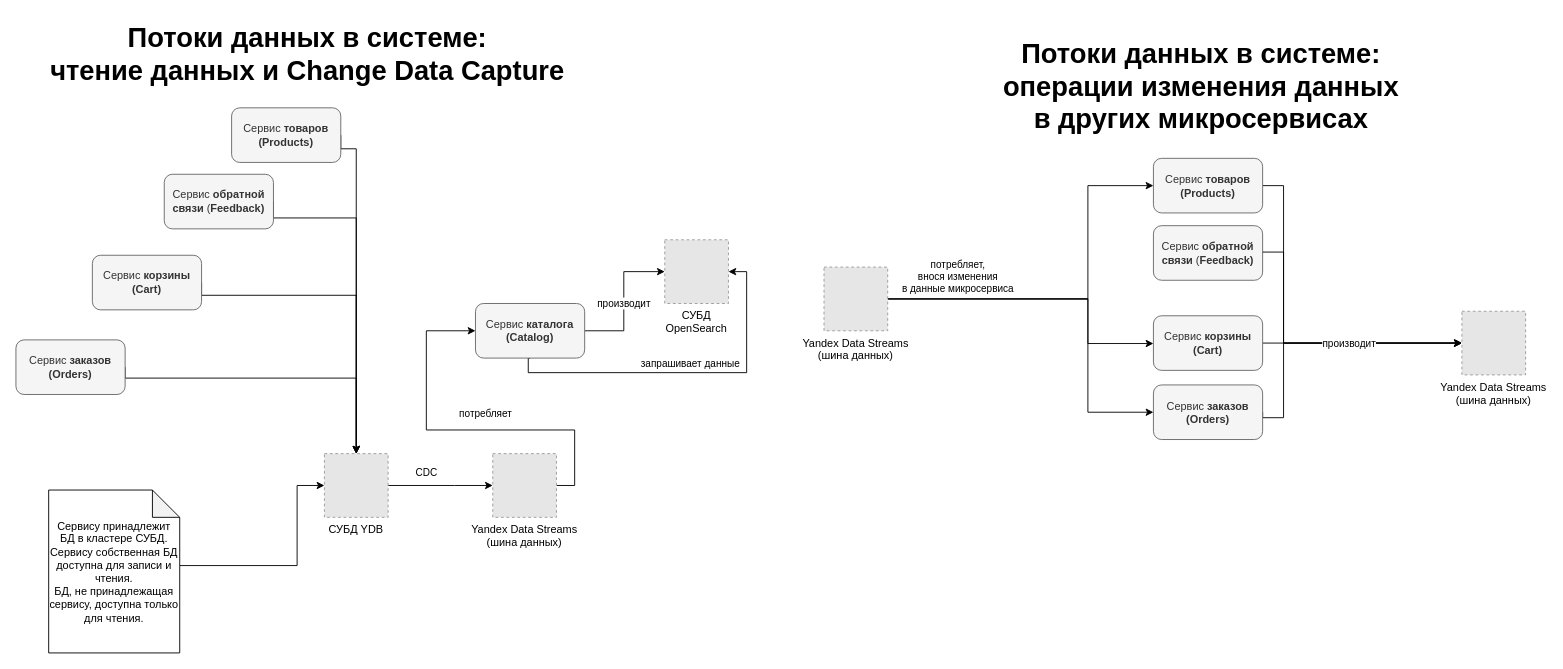
The draw.io diagram app/docs/architecture/duplicating-data-between-services/duplicating-data-between-services.drawio in bratushkadan/diploma, before the edit. Source tidied: cells renumbered, new cells numbered last; positions are measured from the earlier drawing's top-left corner, leaving out a move shared by most shapes. Both pictures are drawn from the tidied source at 91%, with x=0, y=0 at pixel (15, 15). Pictures stored in the file or linked from it are replaced by grey dashed boxes.
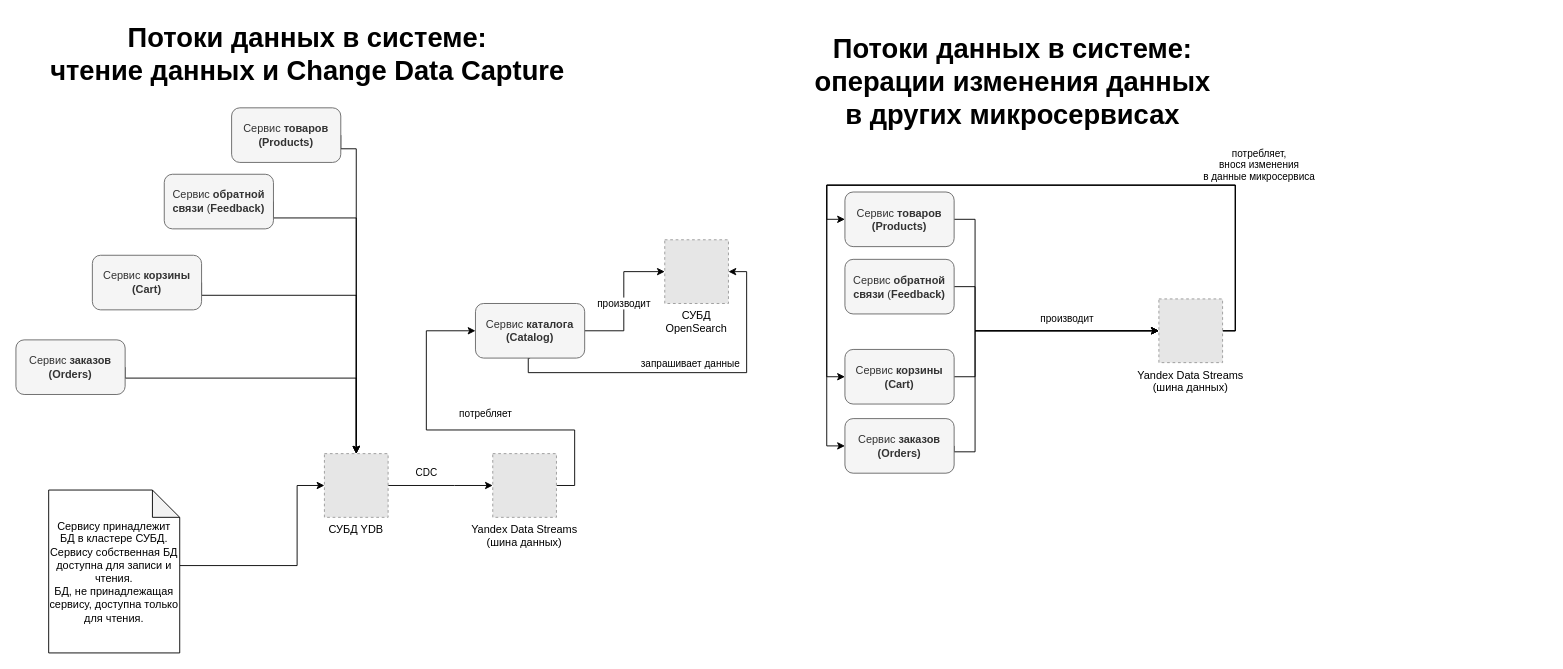
Above is the later version.

Commit message:
docs(arch):update diagram

What changed in the source:
```diff
@@
     <mxCell id="25" style="edgeStyle=orthogonalEdgeStyle;rounded=0;jettySize=auto;html=1;exitX=1;exitY=0.5;exitDx=0;exitDy=0;entryX=0;entryY=0.5;entryDx=0;entryDy=0;" parent="1" edge="1" source="26" target="34">
       <mxGeometry relative="1" as="geometry">
         <Array as="points">
-          <mxPoint x="1393" y="441.5" />
-          <mxPoint x="1393" y="359.5" />
+          <mxPoint x="1031" y="479" />
+          <mxPoint x="1054" y="479" />
+          <mxPoint x="1054" y="346" />
+          <mxPoint x="1248" y="346" />
         </Array>
       </mxGeometry>
     </mxCell>
     <mxCell id="26" value="Сервис &lt;b&gt;заказов (Orders)&lt;/b&gt;" style="rounded=1;whiteSpace=wrap;html=1;fillColor=#f5f5f5;fontColor=#333333;strokeColor=#666666;" parent="1" vertex="1">
-      <mxGeometry x="1250" y="405.5" width="120" height="60" as="geometry" />
+      <mxGeometry x="911" y="442.5" width="120" height="60" as="geometry" />
     </mxCell>
     <mxCell id="27" style="edgeStyle=orthogonalEdgeStyle;rounded=0;jettySize=auto;html=1;exitX=1;exitY=0.5;exitDx=0;exitDy=0;" parent="1" edge="1" source="28" target="34">
-      <mxGeometry relative="1" as="geometry" />
+      <mxGeometry relative="1" as="geometry">
+        <Array as="points">
+          <mxPoint x="1054" y="397" />
+          <mxPoint x="1054" y="346" />
+        </Array>
+      </mxGeometry>
     </mxCell>
     <mxCell id="28" value="Сервис &lt;b&gt;корзины (Cart)&lt;/b&gt;" style="rounded=1;whiteSpace=wrap;html=1;fillColor=#f5f5f5;fontColor=#333333;strokeColor=#666666;" parent="1" vertex="1">
-      <mxGeometry x="1250" y="329.5" width="120" height="60" as="geometry" />
+      <mxGeometry x="911" y="366.5" width="120" height="60" as="geometry" />
     </mxCell>
     <mxCell id="29" style="edgeStyle=orthogonalEdgeStyle;rounded=0;jettySize=auto;html=1;exitX=1;exitY=0.5;exitDx=0;exitDy=0;entryX=0;entryY=0.5;entryDx=0;entryDy=0;" parent="1" edge="1" source="30" target="34">
       <mxGeometry relative="1" as="geometry">
         <Array as="points">
-          <mxPoint x="1393" y="259.5" />
-          <mxPoint x="1393" y="359.5" />
+          <mxPoint x="1054" y="298" />
+          <mxPoint x="1054" y="346" />
+          <mxPoint x="1248" y="346" />
         </Array>
       </mxGeometry>
     </mxCell>
     <mxCell id="30" value="Сервис &lt;b&gt;обратной связи &lt;/b&gt;(&lt;b&gt;Feedback)&lt;/b&gt;" style="rounded=1;whiteSpace=wrap;html=1;fillColor=#f5f5f5;fontColor=#333333;strokeColor=#666666;" parent="1" vertex="1">
-      <mxGeometry x="1250" y="230.5" width="120" height="60" as="geometry" />
+      <mxGeometry x="911" y="267.5" width="120" height="60" as="geometry" />
     </mxCell>
     <mxCell id="31" style="edgeStyle=orthogonalEdgeStyle;rounded=0;jettySize=auto;html=1;exitX=1;exitY=0.5;exitDx=0;exitDy=0;entryX=0;entryY=0.5;entryDx=0;entryDy=0;" parent="1" edge="1" source="33" target="34">
       <mxGeometry relative="1" as="geometry">
         <Array as="points">
-          <mxPoint x="1393" y="186.5" />
-          <mxPoint x="1393" y="359.5" />
+          <mxPoint x="1054" y="224" />
+          <mxPoint x="1054" y="346" />
+          <mxPoint x="1248" y="346" />
         </Array>
       </mxGeometry>
     </mxCell>
     <mxCell id="32" value="производит" style="edgeLabel;html=1;align=center;verticalAlign=middle;" parent="31" vertex="1">
       <mxGeometry x="0.36" y="1" relative="1" as="geometry">
-        <mxPoint y="1" as="offset" />
+        <mxPoint x="10" y="-13" as="offset" />
       </mxGeometry>
     </mxCell>
     <mxCell id="33" value="Сервис &lt;b&gt;товаров (Products)&lt;/b&gt;" style="rounded=1;whiteSpace=wrap;html=1;fillColor=#f5f5f5;fontColor=#333333;strokeColor=#666666;" parent="1" vertex="1">
-      <mxGeometry x="1250" y="156.5" width="120" height="60" as="geometry" />
+      <mxGeometry x="911" y="193.5" width="120" height="60" as="geometry" />
     </mxCell>
+    <mxCell id="41" style="edgeStyle=orthogonalEdgeStyle;rounded=0;jettySize=auto;html=1;exitX=1;exitY=0.5;exitDx=0;exitDy=0;entryX=0;entryY=0.5;entryDx=0;entryDy=0;" parent="1" edge="1" source="34" target="26">
+      <mxGeometry relative="1" as="geometry">
+        <Array as="points">
+          <mxPoint x="1340" y="346" />
+          <mxPoint x="1340" y="186" />
+          <mxPoint x="891" y="186" />
+          <mxPoint x="891" y="473" />
+        </Array>
+      </mxGeometry>
+    </mxCell>
+    <mxCell id="39" value="потребляет,&lt;br&gt;внося изменения&lt;br&gt;в данные микросервиса" style="edgeLabel;html=1;align=center;verticalAlign=middle;" parent="41" vertex="1">
+      <mxGeometry x="-0.11" y="3" relative="1" as="geometry">
+        <mxPoint x="265" y="-26" as="offset" />
+      </mxGeometry>
+    </mxCell>
+    <mxCell id="42" style="edgeStyle=orthogonalEdgeStyle;rounded=0;jettySize=auto;html=1;exitX=1;exitY=0.5;exitDx=0;exitDy=0;entryX=0;entryY=0.5;entryDx=0;entryDy=0;" parent="1" edge="1" source="34" target="28">
+      <mxGeometry relative="1" as="geometry">
+        <Array as="points">
+          <mxPoint x="1340" y="346" />
+          <mxPoint x="1340" y="186" />
+          <mxPoint x="891" y="186" />
+          <mxPoint x="891" y="397" />
+        </Array>
+      </mxGeometry>
+    </mxCell>
+    <mxCell id="43" style="edgeStyle=orthogonalEdgeStyle;rounded=0;jettySize=auto;html=1;exitX=1;exitY=0.5;exitDx=0;exitDy=0;entryX=0;entryY=0.5;entryDx=0;entryDy=0;" parent="1" edge="1" source="34" target="33">
+      <mxGeometry relative="1" as="geometry">
+        <Array as="points">
+          <mxPoint x="1340" y="346" />
+          <mxPoint x="1340" y="186" />
+          <mxPoint x="891" y="186" />
+          <mxPoint x="891" y="224" />
+        </Array>
+      </mxGeometry>
+    </mxCell>
     <mxCell id="34" value="Yandex Data Streams&#10;(шина данных)" style="fillColor=#E6E6E6;strokeColor=#999999;dashed=1;verticalLabelPosition=bottom;labelBackgroundColor=#ffffff;verticalAlign=top;labelPosition=center;align=center;" parent="1" vertex="1">
-      <mxGeometry x="1589" y="324.5" width="70" height="70" as="geometry" />
+      <mxGeometry x="1256" y="311" width="70" height="70" as="geometry" />
     </mxCell>
     <mxCell id="35" value="Потоки данных в системе:&lt;br&gt;операции изменения данных&lt;br&gt;в других микросервисах" style="text;html=1;align=center;verticalAlign=middle;strokeColor=none;fillColor=none;fontSize=30;fontStyle=1;" parent="1" vertex="1">
-      <mxGeometry x="1087" y="17" width="429" height="120" as="geometry" />
+      <mxGeometry x="880" y="12" width="429" height="120" as="geometry" />
     </mxCell>
-    <mxCell id="36" style="edgeStyle=orthogonalEdgeStyle;rounded=0;jettySize=auto;html=1;exitX=1;exitY=0.5;exitDx=0;exitDy=0;entryX=0;entryY=0.5;entryDx=0;entryDy=0;" parent="1" edge="1" source="40" target="33">
-      <mxGeometry relative="1" as="geometry">
-        <Array as="points">
-          <mxPoint x="1178" y="311" />
-          <mxPoint x="1178" y="187" />
-        </Array>
-      </mxGeometry>
-    </mxCell>
-    <mxCell id="37" style="edgeStyle=orthogonalEdgeStyle;rounded=0;jettySize=auto;html=1;exitX=1;exitY=0.5;exitDx=0;exitDy=0;" parent="1" edge="1" source="40" target="28">
-      <mxGeometry relative="1" as="geometry">
-        <Array as="points">
-          <mxPoint x="1178" y="311" />
-          <mxPoint x="1178" y="360" />
-        </Array>
-      </mxGeometry>
-    </mxCell>
-    <mxCell id="38" style="edgeStyle=orthogonalEdgeStyle;rounded=0;jettySize=auto;html=1;exitX=1;exitY=0.5;exitDx=0;exitDy=0;entryX=0;entryY=0.5;entryDx=0;entryDy=0;" parent="1" edge="1" source="40" target="26">
-      <mxGeometry relative="1" as="geometry">
-        <Array as="points">
-          <mxPoint x="1178" y="311" />
-          <mxPoint x="1178" y="436" />
-        </Array>
-      </mxGeometry>
-    </mxCell>
-    <mxCell id="39" value="потребляет,&lt;br&gt;внося изменения&lt;br&gt;в данные микросервиса" style="edgeLabel;html=1;align=center;verticalAlign=middle;" parent="38" vertex="1">
-      <mxGeometry x="-0.72" relative="1" as="geometry">
-        <mxPoint x="18" y="-25" as="offset" />
-      </mxGeometry>
-    </mxCell>
-    <mxCell id="40" value="Yandex Data Streams&#10;(шина данных)" style="fillColor=#E6E6E6;strokeColor=#999999;dashed=1;verticalLabelPosition=bottom;labelBackgroundColor=#ffffff;verticalAlign=top;labelPosition=center;align=center;" parent="1" vertex="1">
-      <mxGeometry x="888" y="276" width="70" height="70" as="geometry" />
-    </mxCell>
```
